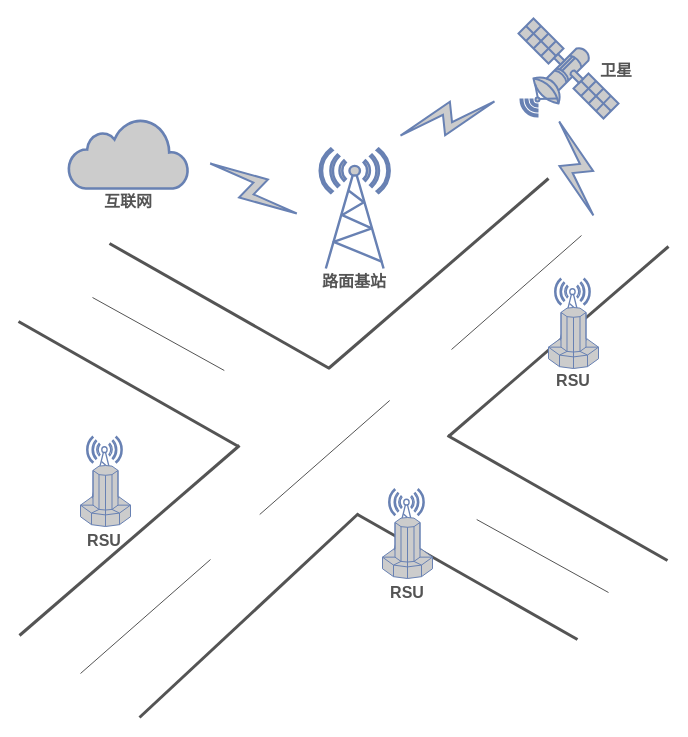
Before: cluster/vanet-sys.drawio in trevorHsu/draftChart, a draw.io diagram. Source tidied: cells renumbered, new cells numbered last; positions are measured from the earlier drawing's top-left corner, leaving out a move shared by most shapes. Both pictures are drawn from the tidied source at 100%, with x=0, y=0 at pixel (18, 18).
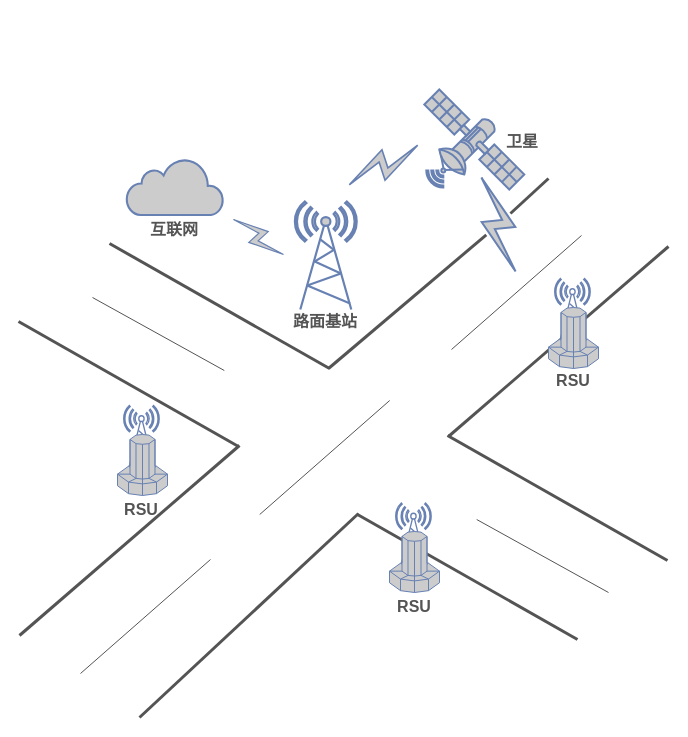
The same diagram, later.

Change to the diagram source:
```diff
@@
     <mxCell id="3" style="fontColor=#0066CC;verticalAlign=top;verticalLabelPosition=bottom;labelPosition=center;align=center;html=1;fillColor=#CCCCCC;strokeColor=#6881B3;gradientColor=none;gradientDirection=north;strokeWidth=2;shape=mxgraph.networks.satellite;rotation=0;" parent="1" vertex="1">
-      <mxGeometry x="500" width="100" height="100" as="geometry" />
+      <mxGeometry x="405.8" y="71" width="100" height="100" as="geometry" />
     </mxCell>
     <mxCell id="4" style="fontColor=#0066CC;verticalAlign=top;verticalLabelPosition=bottom;labelPosition=center;align=center;html=1;fillColor=#CCCCCC;strokeColor=#6881B3;gradientColor=none;gradientDirection=north;strokeWidth=2;shape=mxgraph.networks.radio_tower;" parent="1" vertex="1">
-      <mxGeometry x="301.2" y="130" width="70" height="120" as="geometry" />
+      <mxGeometry x="276.4" y="183" width="61.8" height="108" as="geometry" />
     </mxCell>
     <mxCell id="5" style="html=1;fillColor=#CCCCCC;strokeColor=#6881B3;gradientColor=none;gradientDirection=north;strokeWidth=2;shape=mxgraph.networks.cloud;fontColor=#ffffff;" parent="1" vertex="1">
-      <mxGeometry x="50" y="100" width="120" height="70" as="geometry" />
+      <mxGeometry x="108" y="140" width="96.9" height="56.5" as="geometry" />
     </mxCell>
     <mxCell id="6" style="fontColor=#0066CC;verticalAlign=top;verticalLabelPosition=bottom;labelPosition=center;align=center;html=1;fillColor=default;strokeColor=#6881B3;gradientColor=none;gradientDirection=north;strokeWidth=2;shape=mxgraph.networks.radio_tower;fillStyle=auto;" parent="1" vertex="1">
-      <mxGeometry x="370.2" y="470.5" width="35.5" height="71" as="geometry" />
+      <mxGeometry x="377.2" y="484.5" width="35.5" height="71" as="geometry" />
     </mxCell>
     <mxCell id="7" style="fontColor=#0066CC;verticalAlign=top;verticalLabelPosition=bottom;labelPosition=center;align=center;html=1;fillColor=#CCCCCC;strokeColor=#6881B3;gradientColor=none;gradientDirection=north;strokeWidth=2;shape=mxgraph.networks.supercomputer;fillStyle=auto;" parent="1" vertex="1">
-      <mxGeometry x="364" y="499" width="50" height="61" as="geometry" />
+      <mxGeometry x="371" y="513" width="50" height="61" as="geometry" />
     </mxCell>
-    <mxCell id="8" style="endArrow=none;html=1;rounded=0;strokeWidth=3;strokeColor=#545454;" parent="1" edge="1">
+    <mxCell id="8" style="endArrow=none;html=1;rounded=0;strokeWidth=3;strokeColor=#545454;startArrow=none;" parent="1" edge="1" source="19">
       <mxGeometry relative="1" as="geometry">
-        <mxPoint x="310" y="350" as="sourcePoint" />
         <mxPoint x="530" y="160" as="targetPoint" />
       </mxGeometry>
     </mxCell>
@@
     <mxCell id="15" style="fontColor=#0066CC;verticalAlign=top;verticalLabelPosition=bottom;labelPosition=center;align=center;html=1;fillColor=default;strokeColor=#6881B3;gradientColor=none;gradientDirection=north;strokeWidth=2;shape=mxgraph.networks.radio_tower;fillStyle=auto;" parent="1" vertex="1">
-      <mxGeometry x="68.2" y="418" width="35.5" height="71" as="geometry" />
+      <mxGeometry x="105.2" y="387" width="35.5" height="71" as="geometry" />
     </mxCell>
     <mxCell id="16" style="fontColor=#0066CC;verticalAlign=top;verticalLabelPosition=bottom;labelPosition=center;align=center;html=1;fillColor=#CCCCCC;strokeColor=#6881B3;gradientColor=none;gradientDirection=north;strokeWidth=2;shape=mxgraph.networks.supercomputer;fillStyle=auto;" parent="1" vertex="1">
-      <mxGeometry x="62" y="447" width="50" height="61" as="geometry" />
+      <mxGeometry x="99" y="416" width="50" height="61" as="geometry" />
     </mxCell>
@@
-    <mxCell id="19" style="fontColor=#0066CC;verticalAlign=top;verticalLabelPosition=bottom;labelPosition=center;align=center;html=1;outlineConnect=0;fillColor=#CCCCCC;strokeColor=#6881B3;gradientColor=none;gradientDirection=north;strokeWidth=2;shape=mxgraph.networks.comm_link;fillStyle=auto;rotation=-20;" parent="1" vertex="1">
-      <mxGeometry x="542.8" y="100" width="30" height="100" as="geometry" />
-    </mxCell>
-    <mxCell id="20" style="fontColor=#0066CC;verticalAlign=top;verticalLabelPosition=bottom;labelPosition=center;align=center;html=1;fillColor=#CCCCCC;strokeColor=#6881B3;gradientColor=none;gradientDirection=north;strokeWidth=2;shape=mxgraph.networks.comm_link;fillStyle=auto;rotation=70;" parent="1" vertex="1">
-      <mxGeometry x="414" y="50" width="30" height="100" as="geometry" />
+    <mxCell id="20" style="fontColor=#0066CC;verticalAlign=top;verticalLabelPosition=bottom;labelPosition=center;align=center;html=1;fillColor=#CCCCCC;strokeColor=#6881B3;gradientColor=none;gradientDirection=north;strokeWidth=2;shape=mxgraph.networks.comm_link;fillStyle=auto;rotation=60;" parent="1" vertex="1">
+      <mxGeometry x="351" y="107" width="28" height="79" as="geometry" />
     </mxCell>
-    <mxCell id="21" style="fontColor=#0066CC;verticalAlign=top;verticalLabelPosition=bottom;labelPosition=center;align=center;html=1;fillColor=#CCCCCC;strokeColor=#6881B3;gradientColor=none;gradientDirection=north;strokeWidth=2;shape=mxgraph.networks.comm_link;fillStyle=auto;rotation=-60;" parent="1" vertex="1">
-      <mxGeometry x="220" y="120" width="30" height="100" as="geometry" />
+    <mxCell id="21" style="fontColor=#0066CC;verticalAlign=top;verticalLabelPosition=bottom;labelPosition=center;align=center;html=1;fillColor=#CCCCCC;strokeColor=#6881B3;gradientColor=none;gradientDirection=north;strokeWidth=2;shape=mxgraph.networks.comm_link;fillStyle=auto;rotation=-55;" parent="1" vertex="1">
+      <mxGeometry x="230" y="188" width="20" height="61" as="geometry" />
     </mxCell>
     <mxCell id="22" value="互联网" style="text;strokeColor=none;align=center;fillColor=none;html=1;verticalAlign=middle;whiteSpace=wrap;rounded=0;fontStyle=1;fontSize=16;fontColor=#545454;" parent="1" vertex="1">
-      <mxGeometry x="75" y="163" width="70" height="40" as="geometry" />
+      <mxGeometry x="121.4" y="190.5" width="70" height="40" as="geometry" />
     </mxCell>
     <mxCell id="23" value="路面基站" style="text;strokeColor=none;align=center;fillColor=none;html=1;verticalAlign=middle;whiteSpace=wrap;rounded=0;fontStyle=1;fontSize=16;fontColor=#545454;" parent="1" vertex="1">
-      <mxGeometry x="301.2" y="243" width="70" height="40" as="geometry" />
+      <mxGeometry x="272.3" y="283" width="70" height="40" as="geometry" />
     </mxCell>
     <mxCell id="24" value="卫星" style="text;strokeColor=none;align=center;fillColor=none;html=1;verticalAlign=middle;whiteSpace=wrap;rounded=0;fontStyle=1;fontSize=16;fontColor=#545454;" parent="1" vertex="1">
-      <mxGeometry x="563" y="32" width="70" height="40" as="geometry" />
+      <mxGeometry x="468.8" y="103" width="70" height="40" as="geometry" />
     </mxCell>
@@
     <mxCell id="26" value="RSU" style="text;strokeColor=none;align=center;fillColor=none;html=1;verticalAlign=middle;whiteSpace=wrap;rounded=0;fontStyle=1;fontSize=16;fontColor=#545454;" parent="1" vertex="1">
-      <mxGeometry x="51" y="501.5" width="70" height="40" as="geometry" />
+      <mxGeometry x="88" y="470.5" width="70" height="40" as="geometry" />
     </mxCell>
     <mxCell id="27" value="RSU" style="text;strokeColor=none;align=center;fillColor=none;html=1;verticalAlign=middle;whiteSpace=wrap;rounded=0;fontStyle=1;fontSize=16;fontColor=#545454;" parent="1" vertex="1">
-      <mxGeometry x="354" y="553.5" width="70" height="40" as="geometry" />
+      <mxGeometry x="361" y="567.5" width="70" height="40" as="geometry" />
     </mxCell>
@@
+    <mxCell id="33" style="endArrow=none;html=1;rounded=0;strokeWidth=3;strokeColor=#545454;" parent="1" edge="1" target="19">
+      <mxGeometry relative="1" as="geometry">
+        <mxPoint x="310" y="350" as="sourcePoint" />
+      </mxGeometry>
+    </mxCell>
+    <mxCell id="19" style="fontColor=#0066CC;verticalAlign=top;verticalLabelPosition=bottom;labelPosition=center;align=center;html=1;outlineConnect=0;fillColor=#CCCCCC;strokeColor=#6881B3;gradientColor=none;gradientDirection=north;strokeWidth=2;shape=mxgraph.networks.comm_link;fillStyle=auto;rotation=-20;" parent="1" vertex="1">
+      <mxGeometry x="465" y="156" width="30" height="100" as="geometry" />
+    </mxCell>
```
